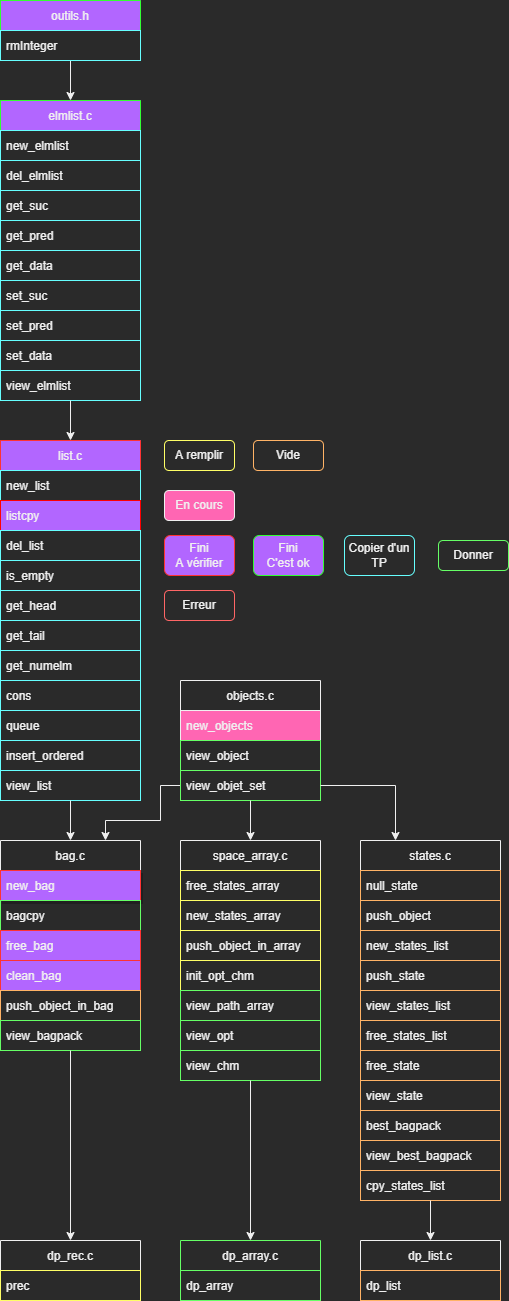
Before: image/Plan_avancement_des_fonction.drawio.png, a diagram exported from draw.io (Brice5423/L2_Projet_ProgAv-S3). Source tidied: cells renumbered, new cells last; positions are measured from the earlier drawing's top-left corner, leaving out a move shared by most shapes.
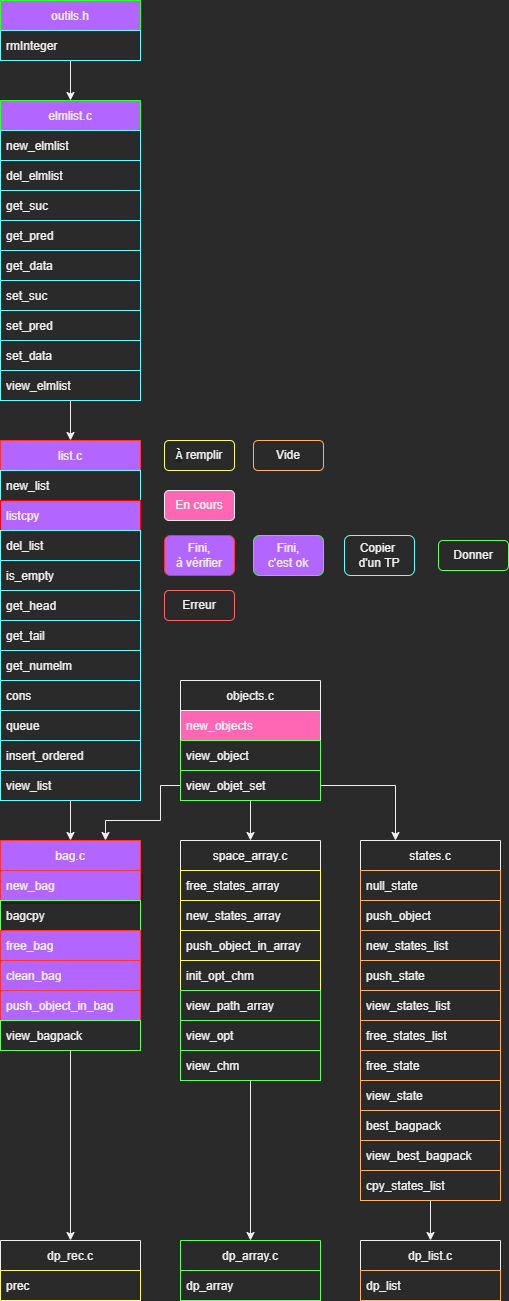
The same diagram one commit later.

Commit message:
Add : push_object_in_bag (bag.c) Update : README.md

Change to the diagram source:
```diff
@@ -2,7 +2,7 @@
   <root>
     <mxCell id="0" />
     <mxCell id="1" parent="0" />
-    <mxCell id="2" value="bag.c" style="swimlane;fontStyle=0;horizontal=1;startSize=30;strokeColor=#F0F0F0;" parent="1" vertex="1">
+    <mxCell id="2" value="bag.c" style="swimlane;fontStyle=0;horizontal=1;startSize=30;strokeColor=#FF3333;fillColor=#B266FF;" parent="1" vertex="1">
       <mxGeometry y="840" width="140" height="210" as="geometry" />
     </mxCell>
     <mxCell id="3" value="new_bag" style="text;strokeColor=#FF3333;fillColor=#B266FF;align=left;verticalAlign=middle;spacingLeft=4;spacingRight=4;overflow=hidden;shadow=1;" parent="2" vertex="1">
@@ -17,7 +17,7 @@
     <mxCell id="6" value="clean_bag" style="text;strokeColor=#FF3333;fillColor=#B266FF;align=left;verticalAlign=middle;spacingLeft=4;spacingRight=4;overflow=hidden;" parent="2" vertex="1">
       <mxGeometry y="120" width="140" height="30" as="geometry" />
     </mxCell>
-    <mxCell id="7" value="push_object_in_bag" style="text;strokeColor=#FFB366;fillColor=none;align=left;verticalAlign=middle;spacingLeft=4;spacingRight=4;overflow=hidden;" parent="2" vertex="1">
+    <mxCell id="7" value="push_object_in_bag" style="text;strokeColor=#FF3333;fillColor=#B266FF;align=left;verticalAlign=middle;spacingLeft=4;spacingRight=4;overflow=hidden;" parent="2" vertex="1">
       <mxGeometry y="150" width="140" height="30" as="geometry" />
     </mxCell>
     <mxCell id="8" value="view_bagpack" style="text;strokeColor=#66FF66;fillColor=none;align=left;verticalAlign=middle;spacingLeft=4;spacingRight=4;overflow=hidden;points=[[0,0.5],[1,0.5]];portConstraint=eastwest;" parent="2" vertex="1">
@@ -197,10 +197,10 @@
     <mxCell id="64" value="Donner" style="rounded=1;whiteSpace=wrap;html=1;strokeColor=#66FF66;" parent="1" vertex="1">
       <mxGeometry x="438" y="540" width="70" height="30" as="geometry" />
     </mxCell>
-    <mxCell id="65" value="Copier d'un TP" style="rounded=1;whiteSpace=wrap;html=1;strokeColor=#66FFFF;" parent="1" vertex="1">
+    <mxCell id="65" value="Copier &lt;br&gt;d'un TP" style="rounded=1;whiteSpace=wrap;html=1;strokeColor=#66FFFF;" parent="1" vertex="1">
       <mxGeometry x="344" y="535" width="70" height="40" as="geometry" />
     </mxCell>
-    <mxCell id="66" value="A remplir" style="rounded=1;whiteSpace=wrap;html=1;strokeColor=#FFFF66;" parent="1" vertex="1">
+    <mxCell id="66" value="&lt;span style=&quot;background-color: rgb(33 , 33 , 33) ; color: rgb(238 , 255 , 255) ; font-family: &amp;#34;jetbrains mono&amp;#34; , monospace&quot;&gt;À&lt;/span&gt;&lt;span&gt;&amp;nbsp;remplir&lt;/span&gt;" style="rounded=1;whiteSpace=wrap;html=1;strokeColor=#FFFF66;" parent="1" vertex="1">
       <mxGeometry x="164" y="440" width="70" height="30" as="geometry" />
     </mxCell>
     <mxCell id="67" value="Erreur" style="rounded=1;whiteSpace=wrap;html=1;strokeColor=#FF6666;" parent="1" vertex="1">
@@ -226,7 +226,7 @@
     <mxCell id="72" style="edgeStyle=orthogonalEdgeStyle;rounded=0;jettySize=auto;html=1;entryX=0.5;entryY=0;entryDx=0;entryDy=0;strokeColor=#F0F0F0;exitX=0.5;exitY=1;exitDx=0;exitDy=0;exitPerimeter=0;" parent="1" edge="1" source="50" target="70">
       <mxGeometry relative="1" as="geometry" />
     </mxCell>
-    <mxCell id="73" value="Fini&lt;br&gt;C'est ok" style="rounded=1;whiteSpace=wrap;html=1;strokeColor=#33FF33;fillColor=#B266FF;" parent="1" vertex="1">
+    <mxCell id="73" value="Fini,&lt;br&gt;c'est ok" style="rounded=1;whiteSpace=wrap;html=1;strokeColor=#33FF33;fillColor=#B266FF;" parent="1" vertex="1">
       <mxGeometry x="253" y="535" width="70" height="40" as="geometry" />
     </mxCell>
     <mxCell id="74" value="En cours" style="rounded=1;whiteSpace=wrap;html=1;strokeColor=#F0F0F0;fillColor=#FF66B3;" parent="1" vertex="1">
@@ -235,7 +235,7 @@
     <mxCell id="75" value="Vide" style="rounded=1;whiteSpace=wrap;html=1;strokeColor=#FFB366;" parent="1" vertex="1">
       <mxGeometry x="253" y="440" width="70" height="30" as="geometry" />
     </mxCell>
-    <mxCell id="76" value="Fini&lt;br&gt;A vérifier" style="rounded=1;whiteSpace=wrap;html=1;strokeColor=#FF3333;fillColor=#B266FF;" parent="1" vertex="1">
+    <mxCell id="76" value="Fini,&lt;br&gt;à vérifier" style="rounded=1;whiteSpace=wrap;html=1;strokeColor=#FF3333;fillColor=#B266FF;" parent="1" vertex="1">
       <mxGeometry x="164" y="535" width="70" height="40" as="geometry" />
     </mxCell>
     <mxCell id="77" style="edgeStyle=orthogonalEdgeStyle;rounded=0;jettySize=auto;html=1;exitX=0.5;exitY=1;exitDx=0;exitDy=0;entryX=0.5;entryY=0;entryDx=0;entryDy=0;" parent="1" edge="1" source="78" target="26">
```
